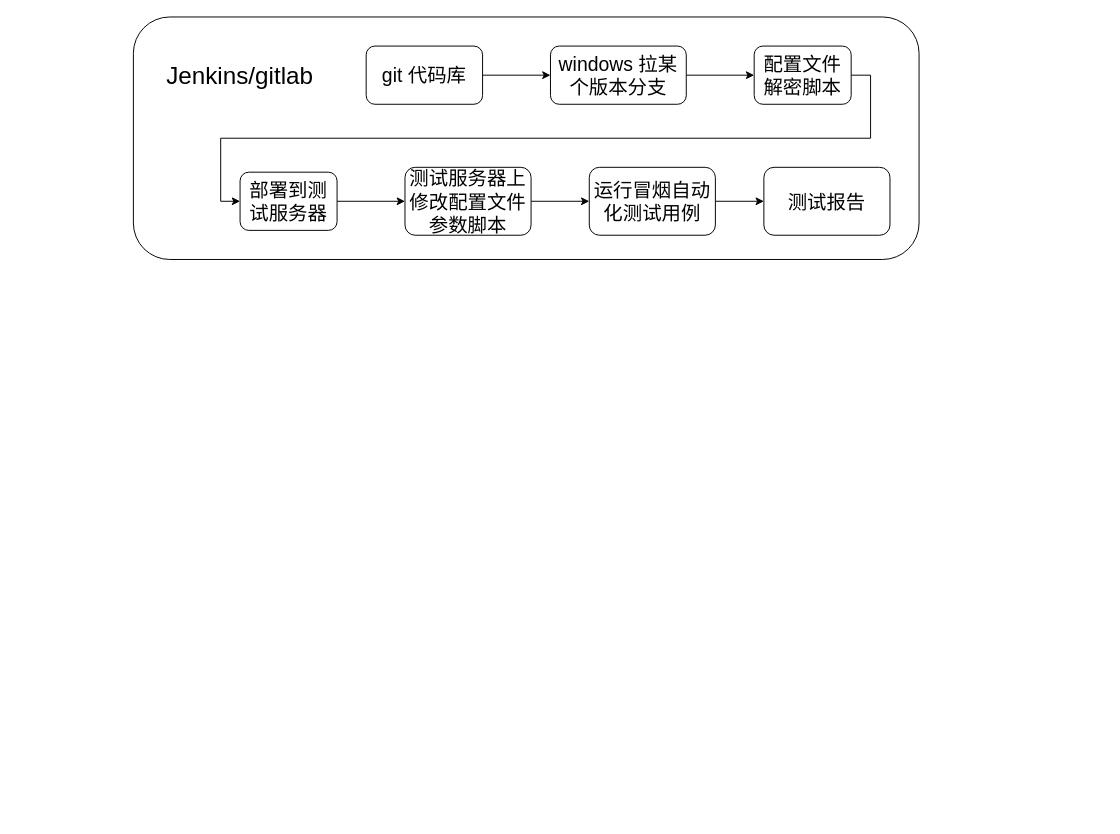
The draw.io diagram platform_process.drawio in Chenguoqing2008/drawio, before the edit. Source tidied: cells renumbered, new cells numbered last; positions are measured from the earlier drawing's top-left corner, leaving out a move shared by most shapes. Both pictures are drawn from the tidied source at 97%, with x=0, y=0 at pixel (133, 16).
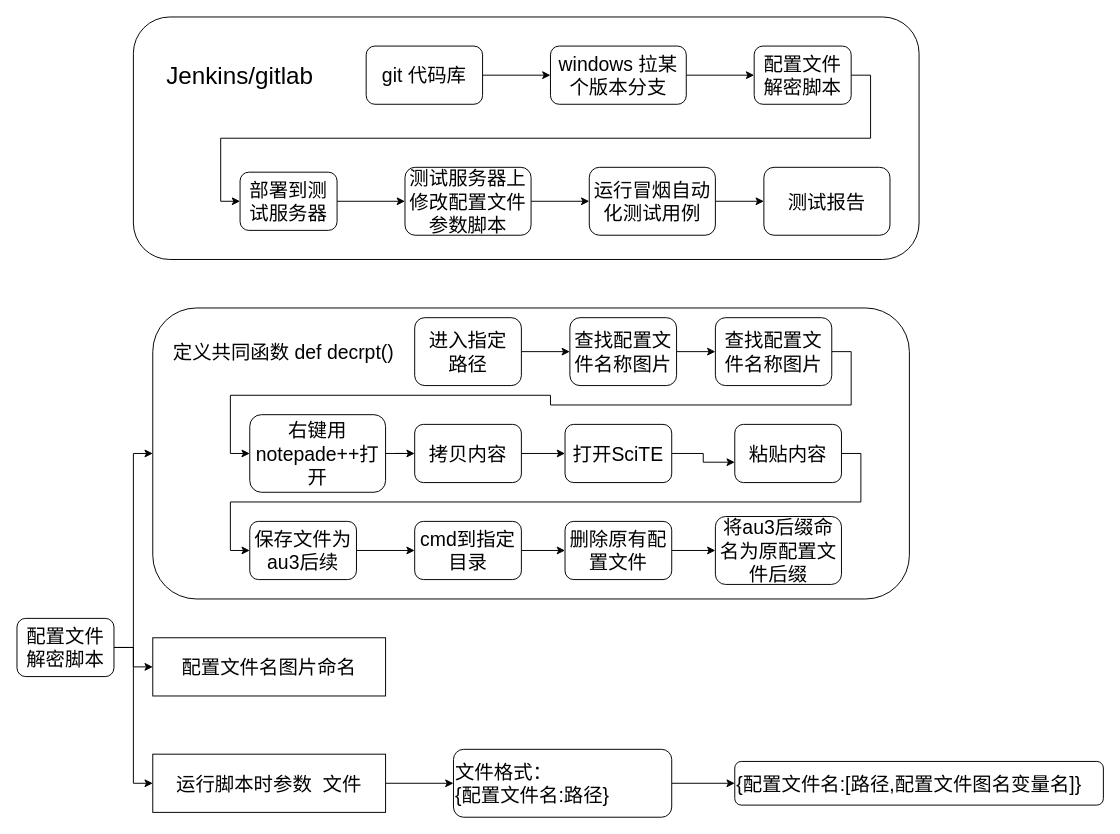
The same page after the edit.

What changed in the source:
```diff
@@
+    <mxCell id="17" style="edgeStyle=orthogonalEdgeStyle;rounded=0;jettySize=auto;html=1;exitX=1;exitY=0.5;exitDx=0;exitDy=0;entryX=0;entryY=0.5;entryDx=0;entryDy=0;" parent="1" edge="1" source="20" target="21">
+      <mxGeometry relative="1" as="geometry" />
+    </mxCell>
+    <mxCell id="18" style="edgeStyle=orthogonalEdgeStyle;rounded=0;jettySize=auto;html=1;exitX=1;exitY=0.5;exitDx=0;exitDy=0;entryX=0;entryY=0.5;entryDx=0;entryDy=0;" parent="1" edge="1" source="20" target="44">
+      <mxGeometry relative="1" as="geometry" />
+    </mxCell>
+    <mxCell id="19" style="edgeStyle=orthogonalEdgeStyle;rounded=0;jettySize=auto;html=1;exitX=1;exitY=0.5;exitDx=0;exitDy=0;entryX=0;entryY=0.5;entryDx=0;entryDy=0;" parent="1" edge="1" source="20" target="46">
+      <mxGeometry relative="1" as="geometry" />
+    </mxCell>
+    <mxCell id="20" value="&lt;font style=&quot;font-size: 20px&quot;&gt;配置文件解密脚本&lt;/font&gt;" style="rounded=1;whiteSpace=wrap;html=1;" parent="1" vertex="1">
+      <mxGeometry x="-120" y="620" width="100" height="60" as="geometry" />
+    </mxCell>
+    <mxCell id="21" style="rounded=1;whiteSpace=wrap;html=1;" parent="1" vertex="1">
+      <mxGeometry x="20" y="300" width="780" height="300" as="geometry" />
+    </mxCell>
+    <mxCell id="22" style="edgeStyle=orthogonalEdgeStyle;rounded=0;jettySize=auto;html=1;exitX=1;exitY=0.5;exitDx=0;exitDy=0;entryX=0;entryY=0.5;entryDx=0;entryDy=0;" parent="1" edge="1" source="23" target="25">
+      <mxGeometry relative="1" as="geometry" />
+    </mxCell>
+    <mxCell id="23" value="&lt;span style=&quot;font-size: 20px&quot;&gt;进入指定&lt;br&gt;路径&lt;/span&gt;" style="rounded=1;whiteSpace=wrap;html=1;" parent="1" vertex="1">
+      <mxGeometry x="290" y="310" width="110" height="70" as="geometry" />
+    </mxCell>
+    <mxCell id="24" style="edgeStyle=orthogonalEdgeStyle;rounded=0;jettySize=auto;html=1;exitX=1;exitY=0.5;exitDx=0;exitDy=0;entryX=0;entryY=0.5;entryDx=0;entryDy=0;" parent="1" edge="1" source="25" target="27">
+      <mxGeometry relative="1" as="geometry" />
+    </mxCell>
+    <mxCell id="25" value="&lt;span style=&quot;font-size: 20px&quot;&gt;查找配置文件名称图片&lt;/span&gt;" style="rounded=1;whiteSpace=wrap;html=1;" parent="1" vertex="1">
+      <mxGeometry x="450" y="310" width="110" height="70" as="geometry" />
+    </mxCell>
+    <mxCell id="26" style="edgeStyle=orthogonalEdgeStyle;rounded=0;jettySize=auto;html=1;exitX=1;exitY=0.5;exitDx=0;exitDy=0;entryX=0;entryY=0.5;entryDx=0;entryDy=0;" parent="1" edge="1" source="27" target="29">
+      <mxGeometry relative="1" as="geometry" />
+    </mxCell>
+    <mxCell id="27" value="&lt;span style=&quot;font-size: 20px&quot;&gt;查找配置文件名称图片&lt;/span&gt;" style="rounded=1;whiteSpace=wrap;html=1;" parent="1" vertex="1">
+      <mxGeometry x="600" y="310" width="120" height="70" as="geometry" />
+    </mxCell>
+    <mxCell id="28" style="edgeStyle=orthogonalEdgeStyle;rounded=0;jettySize=auto;html=1;exitX=1;exitY=0.5;exitDx=0;exitDy=0;" parent="1" edge="1" source="29" target="31">
+      <mxGeometry relative="1" as="geometry" />
+    </mxCell>
+    <mxCell id="29" value="&lt;span style=&quot;font-size: 20px&quot;&gt;右键用notepade++打开&lt;/span&gt;" style="rounded=1;whiteSpace=wrap;html=1;" parent="1" vertex="1">
+      <mxGeometry x="120" y="410" width="140" height="80" as="geometry" />
+    </mxCell>
+    <mxCell id="30" style="edgeStyle=orthogonalEdgeStyle;rounded=0;jettySize=auto;html=1;exitX=1;exitY=0.5;exitDx=0;exitDy=0;entryX=0;entryY=0.5;entryDx=0;entryDy=0;" parent="1" edge="1" source="31" target="33">
+      <mxGeometry relative="1" as="geometry" />
+    </mxCell>
+    <mxCell id="31" value="&lt;span style=&quot;font-size: 20px&quot;&gt;拷贝内容&lt;/span&gt;" style="rounded=1;whiteSpace=wrap;html=1;" parent="1" vertex="1">
+      <mxGeometry x="290" y="420" width="110" height="60" as="geometry" />
+    </mxCell>
+    <mxCell id="32" style="edgeStyle=orthogonalEdgeStyle;rounded=0;jettySize=auto;html=1;exitX=1;exitY=0.5;exitDx=0;exitDy=0;entryX=0;entryY=0.65;entryDx=0;entryDy=0;entryPerimeter=0;" parent="1" edge="1" source="33" target="35">
+      <mxGeometry relative="1" as="geometry" />
+    </mxCell>
+    <mxCell id="33" value="&lt;span style=&quot;font-size: 20px&quot;&gt;打开SciTE&lt;/span&gt;" style="rounded=1;whiteSpace=wrap;html=1;" parent="1" vertex="1">
+      <mxGeometry x="445" y="420" width="110" height="60" as="geometry" />
+    </mxCell>
+    <mxCell id="34" style="edgeStyle=orthogonalEdgeStyle;rounded=0;jettySize=auto;html=1;exitX=1;exitY=0.5;exitDx=0;exitDy=0;entryX=0;entryY=0.5;entryDx=0;entryDy=0;" parent="1" edge="1" source="35" target="37">
+      <mxGeometry relative="1" as="geometry" />
+    </mxCell>
+    <mxCell id="35" value="&lt;span style=&quot;font-size: 20px&quot;&gt;粘贴内容&lt;/span&gt;" style="rounded=1;whiteSpace=wrap;html=1;" parent="1" vertex="1">
+      <mxGeometry x="620" y="420" width="110" height="60" as="geometry" />
+    </mxCell>
+    <mxCell id="36" style="edgeStyle=orthogonalEdgeStyle;rounded=0;jettySize=auto;html=1;exitX=1;exitY=0.5;exitDx=0;exitDy=0;" parent="1" edge="1" source="37" target="39">
+      <mxGeometry relative="1" as="geometry" />
+    </mxCell>
+    <mxCell id="37" value="&lt;span style=&quot;font-size: 20px&quot;&gt;保存文件为au3后续&lt;/span&gt;" style="rounded=1;whiteSpace=wrap;html=1;" parent="1" vertex="1">
+      <mxGeometry x="120" y="520" width="110" height="60" as="geometry" />
+    </mxCell>
+    <mxCell id="38" style="edgeStyle=orthogonalEdgeStyle;rounded=0;jettySize=auto;html=1;exitX=1;exitY=0.5;exitDx=0;exitDy=0;" parent="1" edge="1" source="39" target="41">
+      <mxGeometry relative="1" as="geometry" />
+    </mxCell>
+    <mxCell id="39" value="&lt;span style=&quot;font-size: 20px&quot;&gt;cmd到指定目录&lt;/span&gt;" style="rounded=1;whiteSpace=wrap;html=1;" parent="1" vertex="1">
+      <mxGeometry x="290" y="520" width="110" height="60" as="geometry" />
+    </mxCell>
+    <mxCell id="40" style="edgeStyle=orthogonalEdgeStyle;rounded=0;jettySize=auto;html=1;exitX=1;exitY=0.5;exitDx=0;exitDy=0;" parent="1" edge="1" source="41" target="42">
+      <mxGeometry relative="1" as="geometry" />
+    </mxCell>
+    <mxCell id="41" value="&lt;span style=&quot;font-size: 20px&quot;&gt;删除原有配置文件&lt;/span&gt;" style="rounded=1;whiteSpace=wrap;html=1;" parent="1" vertex="1">
+      <mxGeometry x="445" y="520" width="110" height="60" as="geometry" />
+    </mxCell>
+    <mxCell id="42" value="&lt;span style=&quot;font-size: 20px&quot;&gt;将au3后缀命名为原配置文件后缀&lt;/span&gt;" style="rounded=1;whiteSpace=wrap;html=1;" parent="1" vertex="1">
+      <mxGeometry x="600" y="515" width="130" height="70" as="geometry" />
+    </mxCell>
+    <mxCell id="43" value="&lt;font style=&quot;font-size: 20px&quot;&gt;定义共同函数 def decrpt()&lt;/font&gt;" style="text;html=1;strokeColor=none;fillColor=none;align=center;verticalAlign=middle;whiteSpace=wrap;rounded=0;" parent="1" vertex="1">
+      <mxGeometry x="30" y="330" width="250" height="30" as="geometry" />
+    </mxCell>
+    <mxCell id="44" value="&lt;font style=&quot;font-size: 20px&quot;&gt;配置文件名图片命名&lt;/font&gt;" style="rounded=0;whiteSpace=wrap;html=1;" parent="1" vertex="1">
+      <mxGeometry x="20" y="640" width="240" height="60" as="geometry" />
+    </mxCell>
+    <mxCell id="45" style="edgeStyle=orthogonalEdgeStyle;rounded=0;jettySize=auto;html=1;exitX=1;exitY=0.5;exitDx=0;exitDy=0;entryX=0;entryY=0.5;entryDx=0;entryDy=0;" parent="1" edge="1" source="46" target="48">
+      <mxGeometry relative="1" as="geometry" />
+    </mxCell>
+    <mxCell id="46" value="&lt;span style=&quot;font-size: 20px&quot;&gt;运行脚本时参数&amp;nbsp; 文件&lt;/span&gt;" style="rounded=0;whiteSpace=wrap;html=1;" parent="1" vertex="1">
+      <mxGeometry x="20" y="760" width="240" height="60" as="geometry" />
+    </mxCell>
+    <mxCell id="47" style="edgeStyle=orthogonalEdgeStyle;rounded=0;jettySize=auto;html=1;exitX=1;exitY=0.5;exitDx=0;exitDy=0;entryX=0;entryY=0.5;entryDx=0;entryDy=0;" parent="1" edge="1" source="48" target="49">
+      <mxGeometry relative="1" as="geometry" />
+    </mxCell>
+    <mxCell id="48" value="&lt;font style=&quot;font-size: 20px&quot;&gt;文件格式：&lt;br&gt;{配置文件名:路径}&lt;/font&gt;" style="rounded=1;whiteSpace=wrap;html=1;align=left;" parent="1" vertex="1">
+      <mxGeometry x="330" y="755" width="225" height="70" as="geometry" />
+    </mxCell>
+    <mxCell id="49" value="&lt;font style=&quot;font-size: 20px&quot;&gt;{配置文件名:[路径,配置文件图名变量名]}&lt;/font&gt;" style="rounded=1;whiteSpace=wrap;html=1;align=left;" parent="1" vertex="1">
+      <mxGeometry x="620" y="767.5" width="380" height="45" as="geometry" />
+    </mxCell>
```
